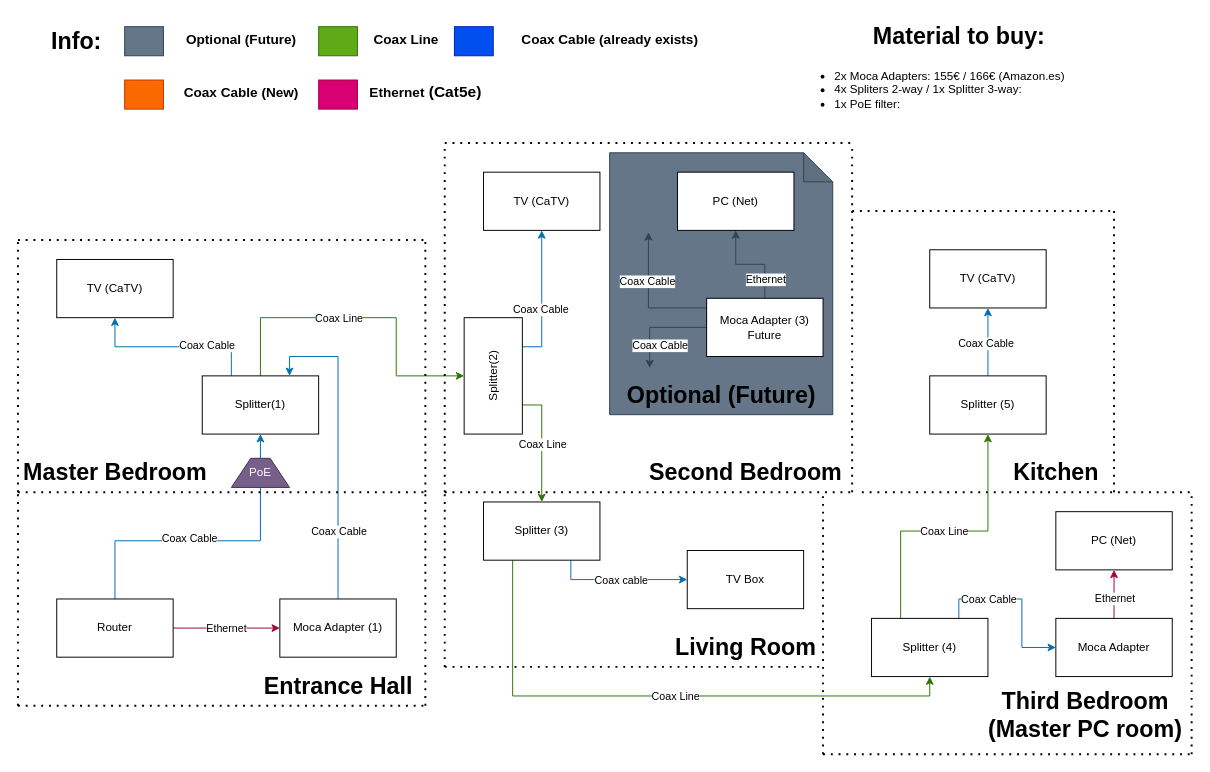
Before: Coax Ethernet Network.drawio in VoidTallica/HouseProjects, a draw.io diagram. Source tidied: cells renumbered, new cells numbered last; positions are measured from the earlier drawing's top-left corner, leaving out a move shared by most shapes. Both pictures are drawn from the tidied source at 97%, with x=0, y=0 at pixel (17, 16).
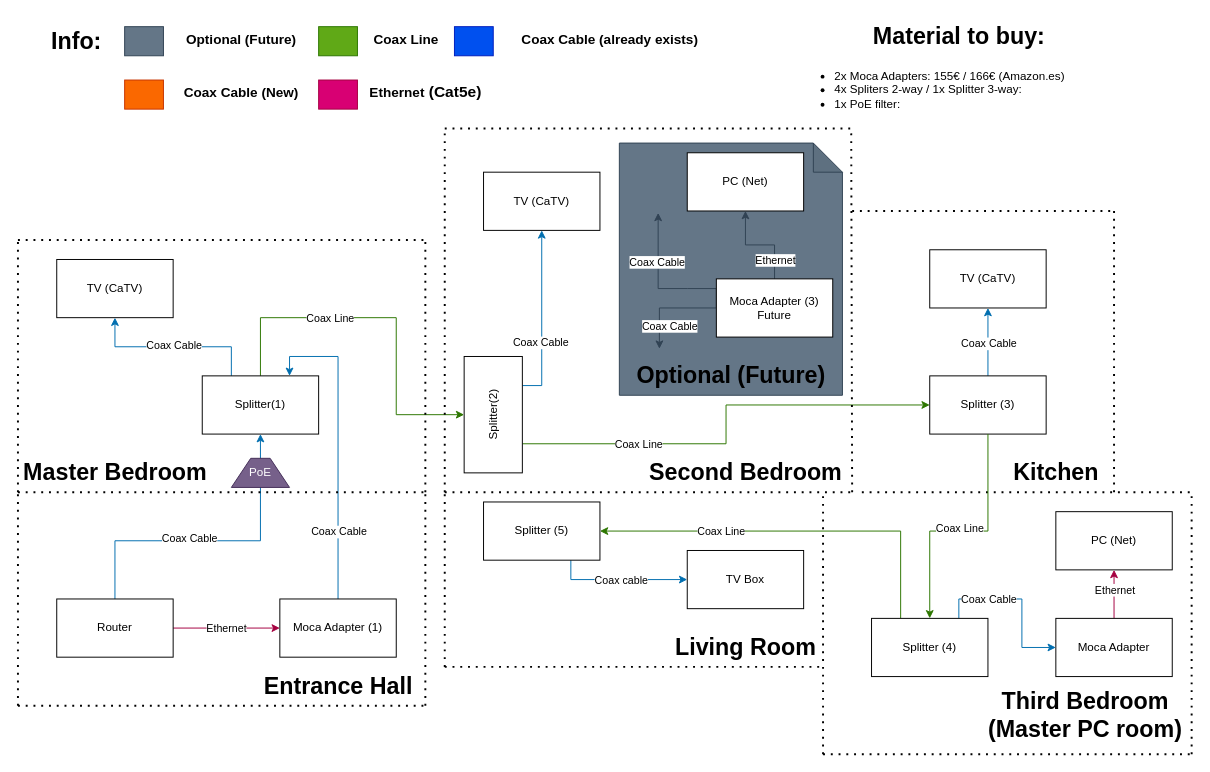
After the change.

Unchanged cells that the change refers to:
```xml
<mxCell id="8" style="edgeStyle=orthogonalEdgeStyle;rounded=0;jettySize=auto;html=1;entryX=0.5;entryY=1;entryDx=0;entryDy=0;fillColor=#1ba1e2;strokeColor=#006EAF;exitX=0.25;exitY=0;exitDx=0;exitDy=0;" parent="1" edge="1" source="12" target="18">
  <mxGeometry relative="1" as="geometry" />
</mxCell>
<mxCell id="12" value="&lt;div&gt;Splitter(1)&lt;/div&gt;" style="rounded=0;whiteSpace=wrap;html=1;" parent="1" vertex="1">
  <mxGeometry x="190" y="370" width="120" height="60" as="geometry" />
</mxCell>
<mxCell id="56" style="edgeStyle=orthogonalEdgeStyle;rounded=0;jettySize=auto;html=1;entryX=0.5;entryY=1;entryDx=0;entryDy=0;fillColor=#1ba1e2;strokeColor=#006EAF;" parent="1" edge="1" source="58" target="55">
  <mxGeometry relative="1" as="geometry" />
</mxCell>
<mxCell id="67" value="Splitter (4)" style="rounded=0;whiteSpace=wrap;html=1;" parent="1" vertex="1">
  <mxGeometry x="880" y="620" width="120" height="60" as="geometry" />
</mxCell>
<mxCell id="69" style="edgeStyle=orthogonalEdgeStyle;rounded=0;jettySize=auto;html=1;entryX=0.5;entryY=1;entryDx=0;entryDy=0;fillColor=#d80073;strokeColor=#A50040;" parent="1" edge="1" source="71" target="68">
  <mxGeometry relative="1" as="geometry" />
</mxCell>
<mxCell id="85" value="&lt;ul&gt;&lt;li&gt;2x Moca Adapters: 155€ / 166€ (Amazon.es)&lt;br&gt;&lt;/li&gt;&lt;li&gt;4x Spliters 2-way / 1x Splitter 3-way: &lt;br&gt;&lt;/li&gt;&lt;li&gt;1x PoE filter:&amp;nbsp;&lt;/li&gt;&lt;/ul&gt;" style="text;strokeColor=none;fillColor=none;html=1;whiteSpace=wrap;verticalAlign=middle;overflow=hidden;" parent="1" vertex="1">
  <mxGeometry x="800" y="35" width="410" height="80" as="geometry" />
</mxCell>
```

What changed in the source:
```diff
@@
     <mxCell id="2" style="shape=note;whiteSpace=wrap;html=1;backgroundOutline=1;darkOpacity=0.05;fillColor=#647687;fontColor=#ffffff;strokeColor=#314354;" parent="1" vertex="1">
-      <mxGeometry x="610" y="140" width="230" height="270" as="geometry" />
+      <mxGeometry x="620" y="130" width="230" height="260" as="geometry" />
     </mxCell>
@@
     <mxCell id="9" value="Coax Cable" style="edgeLabel;html=1;align=center;verticalAlign=middle;" parent="8" vertex="1">
-      <mxGeometry x="-0.38" y="-2" relative="1" as="geometry" />
+      <mxGeometry x="-0.38" y="-2" relative="1" as="geometry">
+        <mxPoint x="-34" as="offset" />
+      </mxGeometry>
     </mxCell>
     <mxCell id="10" style="edgeStyle=orthogonalEdgeStyle;rounded=0;jettySize=auto;html=1;entryX=0.5;entryY=0;entryDx=0;entryDy=0;fillColor=#60a917;strokeColor=#2D7600;exitX=0.5;exitY=0;exitDx=0;exitDy=0;" parent="1" edge="1" source="12" target="32">
       <mxGeometry relative="1" as="geometry">
         <Array as="points">
           <mxPoint x="250" y="310" />
           <mxPoint x="390" y="310" />
-          <mxPoint x="390" y="370" />
+          <mxPoint x="390" y="410" />
         </Array>
       </mxGeometry>
     </mxCell>
     <mxCell id="11" value="Coax Line" style="edgeLabel;html=1;align=center;verticalAlign=middle;" parent="10" vertex="1">
       <mxGeometry x="-0.06" y="3" relative="1" as="geometry">
-        <mxPoint x="-15" y="3" as="offset" />
+        <mxPoint x="-43" y="3" as="offset" />
       </mxGeometry>
     </mxCell>
@@
     <mxCell id="22" style="edgeStyle=orthogonalEdgeStyle;rounded=0;jettySize=auto;html=1;exitX=0;exitY=0.5;exitDx=0;exitDy=0;entryX=0.817;entryY=1.033;entryDx=0;entryDy=0;entryPerimeter=0;fillColor=#647687;strokeColor=#314354;" parent="1" edge="1" source="26">
       <mxGeometry relative="1" as="geometry">
-        <mxPoint x="650" y="222" as="targetPoint" />
+        <mxPoint x="660" y="202" as="targetPoint" />
         <Array as="points">
-          <mxPoint x="680" y="300" />
-          <mxPoint x="651" y="300" />
+          <mxPoint x="690" y="280" />
+          <mxPoint x="661" y="280" />
         </Array>
       </mxGeometry>
     </mxCell>
@@
     <mxCell id="24" style="edgeStyle=orthogonalEdgeStyle;rounded=0;jettySize=auto;html=1;entryX=0.59;entryY=0.05;entryDx=0;entryDy=0;entryPerimeter=0;fillColor=#647687;strokeColor=#314354;" parent="1" edge="1" source="26">
       <mxGeometry relative="1" as="geometry">
-        <mxPoint x="651.3" y="362" as="targetPoint" />
+        <mxPoint x="661.3" y="342" as="targetPoint" />
         <Array as="points">
-          <mxPoint x="651" y="320" />
+          <mxPoint x="661" y="300" />
         </Array>
       </mxGeometry>
     </mxCell>
@@
     <mxCell id="26" value="&lt;div&gt;Moca Adapter (3)&lt;/div&gt;&lt;div&gt;Future&lt;br&gt;&lt;/div&gt;" style="rounded=0;whiteSpace=wrap;html=1;" parent="1" vertex="1">
-      <mxGeometry x="710" y="290" width="120" height="60" as="geometry" />
+      <mxGeometry x="720" y="270" width="120" height="60" as="geometry" />
     </mxCell>
     <mxCell id="27" value="PC (Net)" style="rounded=0;whiteSpace=wrap;html=1;" parent="1" vertex="1">
-      <mxGeometry x="680" y="160" width="120" height="60" as="geometry" />
+      <mxGeometry x="690" y="140" width="120" height="60" as="geometry" />
     </mxCell>
-    <mxCell id="28" style="edgeStyle=orthogonalEdgeStyle;rounded=0;jettySize=auto;html=1;entryX=0.5;entryY=0;entryDx=0;entryDy=0;fillColor=#60a917;strokeColor=#2D7600;exitX=0.25;exitY=1;exitDx=0;exitDy=0;" parent="1" edge="1" source="32" target="44">
-      <mxGeometry relative="1" as="geometry" />
+    <mxCell id="28" style="edgeStyle=orthogonalEdgeStyle;rounded=0;jettySize=auto;html=1;entryX=0;entryY=0.5;entryDx=0;entryDy=0;fillColor=#60a917;strokeColor=#2D7600;exitX=0.25;exitY=1;exitDx=0;exitDy=0;" parent="1" edge="1" source="32" target="58">
+      <mxGeometry relative="1" as="geometry">
+        <Array as="points">
+          <mxPoint x="730" y="440" />
+          <mxPoint x="730" y="400" />
+        </Array>
+      </mxGeometry>
     </mxCell>
     <mxCell id="29" value="Coax Line" style="edgeLabel;html=1;align=center;verticalAlign=middle;" parent="28" vertex="1">
       <mxGeometry x="-0.52" y="-3" relative="1" as="geometry">
-        <mxPoint x="3" y="31" as="offset" />
+        <mxPoint x="9" y="-3" as="offset" />
       </mxGeometry>
     </mxCell>
@@
     <mxCell id="32" value="Splitter(2)" style="rounded=0;whiteSpace=wrap;html=1;rotation=-90;" parent="1" vertex="1">
-      <mxGeometry x="430" y="340" width="120" height="60" as="geometry" />
+      <mxGeometry x="430" y="380" width="120" height="60" as="geometry" />
     </mxCell>
@@
     <mxCell id="36" style="endArrow=none;dashed=1;html=1;dashPattern=1 3;strokeWidth=2;rounded=0;" parent="1" edge="1">
       <mxGeometry relative="1" as="geometry">
         <mxPoint x="440" y="490" as="sourcePoint" />
-        <mxPoint x="440" y="130" as="targetPoint" />
+        <mxPoint x="440" y="120" as="targetPoint" />
       </mxGeometry>
     </mxCell>
     <mxCell id="37" style="endArrow=none;dashed=1;html=1;dashPattern=1 3;strokeWidth=2;rounded=0;" parent="1" edge="1">
       <mxGeometry relative="1" as="geometry">
-        <mxPoint x="440" y="130" as="sourcePoint" />
-        <mxPoint x="860" y="130" as="targetPoint" />
+        <mxPoint x="440" y="115" as="sourcePoint" />
+        <mxPoint x="860" y="115" as="targetPoint" />
       </mxGeometry>
     </mxCell>
-    <mxCell id="38" style="endArrow=none;dashed=1;html=1;dashPattern=1 3;strokeWidth=2;rounded=0;" parent="1" edge="1">
+    <mxCell id="38" style="endArrow=none;dashed=1;html=1;dashPattern=1 3;strokeWidth=2;rounded=0;entryX=0.144;entryY=0.988;entryDx=0;entryDy=0;entryPerimeter=0;" parent="1" edge="1" target="85">
       <mxGeometry relative="1" as="geometry">
         <mxPoint x="860" y="490" as="sourcePoint" />
-        <mxPoint x="860" y="130" as="targetPoint" />
       </mxGeometry>
     </mxCell>
@@
-    <mxCell id="42" style="edgeStyle=orthogonalEdgeStyle;rounded=0;jettySize=auto;html=1;entryX=0.5;entryY=1;entryDx=0;entryDy=0;fillColor=#60a917;strokeColor=#2D7600;exitX=0.25;exitY=1;exitDx=0;exitDy=0;" parent="1" edge="1" source="44" target="67">
+    <mxCell id="42" style="edgeStyle=orthogonalEdgeStyle;rounded=0;jettySize=auto;html=1;entryX=1;entryY=0.5;entryDx=0;entryDy=0;fillColor=#60a917;strokeColor=#2D7600;exitX=0.25;exitY=0;exitDx=0;exitDy=0;" parent="1" edge="1" source="67" target="44">
       <mxGeometry relative="1" as="geometry">
         <Array as="points">
-          <mxPoint x="510" y="700" />
-          <mxPoint x="940" y="700" />
+          <mxPoint x="910" y="530" />
         </Array>
       </mxGeometry>
     </mxCell>
     <mxCell id="43" value="Coax Line" style="edgeLabel;html=1;align=center;verticalAlign=middle;" parent="42" vertex="1">
-      <mxGeometry x="0.04" relative="1" as="geometry" />
+      <mxGeometry x="0.04" relative="1" as="geometry">
+        <mxPoint x="-68" as="offset" />
+      </mxGeometry>
     </mxCell>
-    <mxCell id="44" value="Splitter (3)" style="rounded=0;whiteSpace=wrap;html=1;" parent="1" vertex="1">
+    <mxCell id="44" value="Splitter (5)" style="rounded=0;whiteSpace=wrap;html=1;" parent="1" vertex="1">
       <mxGeometry x="480" y="500" width="120" height="60" as="geometry" />
     </mxCell>
@@
     <mxCell id="57" value="Coax Cable" style="edgeLabel;html=1;align=center;verticalAlign=middle;" parent="56" vertex="1">
-      <mxGeometry x="-0.03" y="3" relative="1" as="geometry" />
+      <mxGeometry x="-0.03" y="3" relative="1" as="geometry">
+        <mxPoint x="3" as="offset" />
+      </mxGeometry>
     </mxCell>
-    <mxCell id="58" value="Splitter (5)" style="rounded=0;whiteSpace=wrap;html=1;" parent="1" vertex="1">
+    <mxCell id="58" value="Splitter (3)" style="rounded=0;whiteSpace=wrap;html=1;" parent="1" vertex="1">
       <mxGeometry x="940" y="370" width="120" height="60" as="geometry" />
     </mxCell>
@@
-    <mxCell id="65" style="edgeStyle=orthogonalEdgeStyle;rounded=0;jettySize=auto;html=1;entryX=0.5;entryY=1;entryDx=0;entryDy=0;fillColor=#60a917;strokeColor=#2D7600;exitX=0.25;exitY=0;exitDx=0;exitDy=0;" parent="1" edge="1" source="67" target="58">
+    <mxCell id="65" style="edgeStyle=orthogonalEdgeStyle;rounded=0;jettySize=auto;html=1;entryX=0.5;entryY=0;entryDx=0;entryDy=0;fillColor=#60a917;strokeColor=#2D7600;exitX=0.5;exitY=1;exitDx=0;exitDy=0;" parent="1" edge="1" source="58" target="67">
       <mxGeometry relative="1" as="geometry">
         <Array as="points">
-          <mxPoint x="910" y="530" />
           <mxPoint x="1000" y="530" />
+          <mxPoint x="940" y="530" />
         </Array>
       </mxGeometry>
     </mxCell>
     <mxCell id="66" value="Coax Line" style="edgeLabel;html=1;align=center;verticalAlign=middle;" parent="65" vertex="1">
       <mxGeometry x="-0.02" y="-2" relative="1" as="geometry">
-        <mxPoint x="-3" y="-2" as="offset" />
+        <mxPoint x="-7" y="-2" as="offset" />
       </mxGeometry>
     </mxCell>
@@
     <mxCell id="70" value="Ethernet" style="edgeLabel;html=1;align=center;verticalAlign=middle;" parent="69" vertex="1">
       <mxGeometry x="-0.16" y="-1" relative="1" as="geometry">
-        <mxPoint x="-1" as="offset" />
+        <mxPoint x="-1" y="-9" as="offset" />
       </mxGeometry>
     </mxCell>
@@
     <mxCell id="88" value="Optional (Future)" style="text;strokeColor=none;fillColor=none;html=1;fontSize=24;fontStyle=1;verticalAlign=middle;align=center;" parent="1" vertex="1">
-      <mxGeometry x="675" y="370" width="100" height="40" as="geometry" />
+      <mxGeometry x="685" y="350" width="100" height="40" as="geometry" />
     </mxCell>
```
